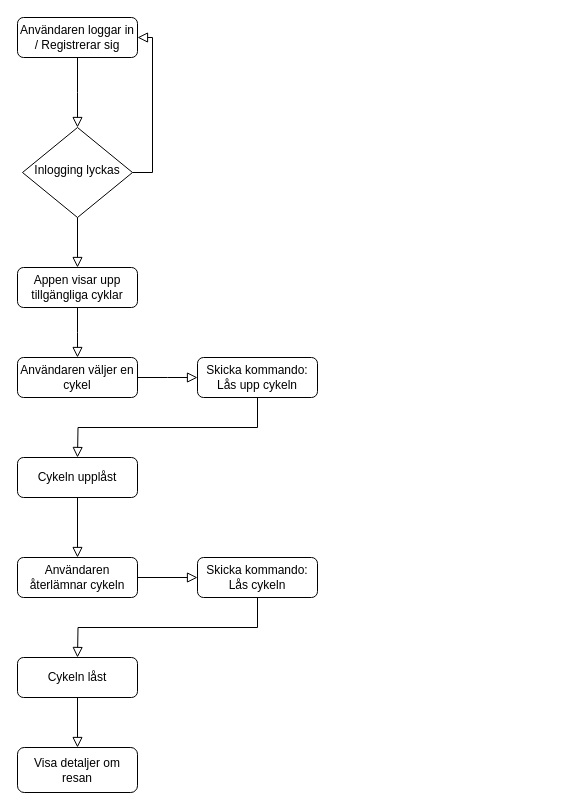
This is 2_kundens_app/användarens_app.drawio.xml from sonnerberg/vteam-sds, a draw.io file, before an edit. Source tidied: cells renumbered, new cells numbered last; positions are measured from the earlier drawing's top-left corner, leaving out a move shared by most shapes. Both pictures are drawn from the tidied source at 100%, with x=0, y=0 at pixel (17, 17).
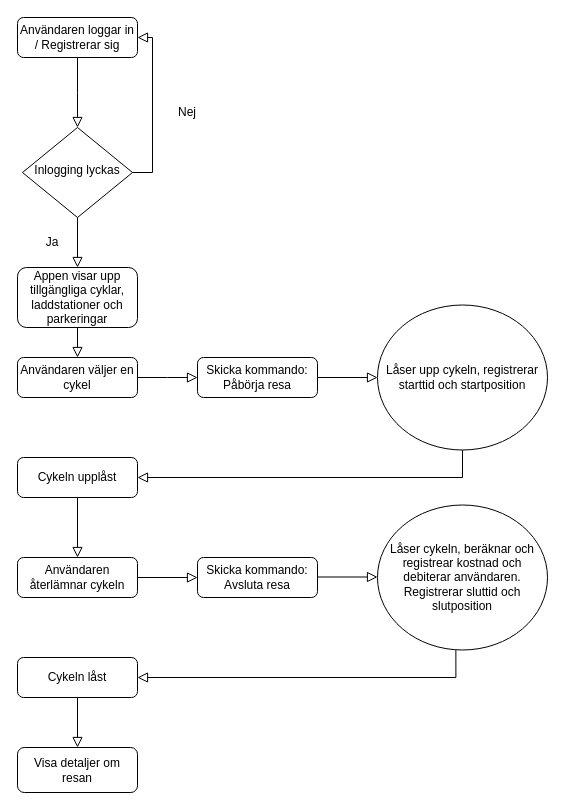
Above is the later version.

Commit message (it also covers changes not shown here):
Lägg till info i bilder angående användarens app

The change refers to these unchanged cells:
```xml
<mxCell id="11" value="Cykeln upplåst" style="rounded=1;whiteSpace=wrap;html=1;fontSize=12;glass=0;strokeWidth=1;shadow=0;" parent="1" vertex="1">
  <mxGeometry y="440" width="120" height="40" as="geometry" />
</mxCell>
<mxCell id="14" value="Cykeln låst" style="rounded=1;whiteSpace=wrap;html=1;fontSize=12;glass=0;strokeWidth=1;shadow=0;" parent="1" vertex="1">
  <mxGeometry y="640" width="120" height="40" as="geometry" />
</mxCell>
```

Diff of the diagram source:
```diff
@@
-    <mxCell id="3" value="Appen visar upp tillgängliga cyklar" style="rounded=1;whiteSpace=wrap;html=1;fontSize=12;glass=0;strokeWidth=1;shadow=0;" parent="1" vertex="1">
-      <mxGeometry y="250" width="120" height="40" as="geometry" />
+    <mxCell id="3" value="Appen visar upp tillgängliga cyklar, laddstationer och parkeringar" style="rounded=1;whiteSpace=wrap;html=1;fontSize=12;glass=0;strokeWidth=1;shadow=0;" parent="1" vertex="1">
+      <mxGeometry y="250" width="120" height="60" as="geometry" />
     </mxCell>
@@
-    <mxCell id="10" style="rounded=0;html=1;jettySize=auto;fontSize=11;endArrow=block;endFill=0;endSize=8;strokeWidth=1;shadow=0;labelBackgroundColor=none;edgeStyle=orthogonalEdgeStyle;exitX=0.5;exitY=1;exitDx=0;exitDy=0;" parent="1" edge="1" source="18">
-      <mxGeometry relative="1" as="geometry">
-        <mxPoint x="60" y="440" as="targetPoint" />
-      </mxGeometry>
-    </mxCell>
@@
-    <mxCell id="18" value="Skicka kommando: Lås upp cykeln" style="rounded=1;whiteSpace=wrap;html=1;fontSize=12;glass=0;strokeWidth=1;shadow=0;" parent="1" vertex="1">
+    <mxCell id="18" value="Skicka kommando: Påbörja resa" style="rounded=1;whiteSpace=wrap;html=1;fontSize=12;glass=0;strokeWidth=1;shadow=0;" parent="1" vertex="1">
       <mxGeometry x="180" y="340" width="120" height="40" as="geometry" />
     </mxCell>
-    <mxCell id="19" style="rounded=0;html=1;jettySize=auto;fontSize=11;endArrow=block;endFill=0;endSize=8;strokeWidth=1;shadow=0;labelBackgroundColor=none;edgeStyle=orthogonalEdgeStyle;exitX=0.5;exitY=1;exitDx=0;exitDy=0;" parent="1" edge="1" source="20">
-      <mxGeometry relative="1" as="geometry">
-        <mxPoint x="60" y="640" as="targetPoint" />
-      </mxGeometry>
-    </mxCell>
-    <mxCell id="20" value="Skicka kommando: Lås cykeln" style="rounded=1;whiteSpace=wrap;html=1;fontSize=12;glass=0;strokeWidth=1;shadow=0;" parent="1" vertex="1">
+    <mxCell id="20" value="Skicka kommando: Avsluta resa" style="rounded=1;whiteSpace=wrap;html=1;fontSize=12;glass=0;strokeWidth=1;shadow=0;" parent="1" vertex="1">
       <mxGeometry x="180" y="540" width="120" height="40" as="geometry" />
     </mxCell>
@@
+    <mxCell id="22" value="Ja" style="text;html=1;strokeColor=none;fillColor=none;align=center;verticalAlign=middle;whiteSpace=wrap;rounded=0;" parent="1" vertex="1">
+      <mxGeometry x="20" y="210" width="30" height="30" as="geometry" />
+    </mxCell>
+    <mxCell id="23" value="Nej" style="text;html=1;strokeColor=none;fillColor=none;align=center;verticalAlign=middle;whiteSpace=wrap;rounded=0;" parent="1" vertex="1">
+      <mxGeometry x="140" y="80" width="60" height="30" as="geometry" />
+    </mxCell>
+    <mxCell id="24" value="Låser cykeln, beräknar och registrear kostnad och debiterar användaren. Registrerar sluttid och slutposition" style="ellipse;whiteSpace=wrap;html=1;" parent="1" vertex="1">
+      <mxGeometry x="360" y="487.5" width="170" height="145" as="geometry" />
+    </mxCell>
+    <mxCell id="25" value="Låser upp cykeln, registrerar starttid och startposition" style="ellipse;whiteSpace=wrap;html=1;" parent="1" vertex="1">
+      <mxGeometry x="360" y="287.5" width="170" height="145" as="geometry" />
+    </mxCell>
+    <mxCell id="26" style="rounded=0;html=1;jettySize=auto;orthogonalLoop=1;fontSize=11;endArrow=block;endFill=0;endSize=8;strokeWidth=1;shadow=0;labelBackgroundColor=none;edgeStyle=orthogonalEdgeStyle;exitX=1;exitY=0.5;exitDx=0;exitDy=0;entryX=0;entryY=0.5;entryDx=0;entryDy=0;" parent="1" edge="1">
+      <mxGeometry relative="1" as="geometry">
+        <mxPoint x="300" y="559.5" as="sourcePoint" />
+        <mxPoint x="360" y="559.5" as="targetPoint" />
+      </mxGeometry>
+    </mxCell>
+    <mxCell id="27" style="rounded=0;html=1;jettySize=auto;fontSize=11;endArrow=block;endFill=0;endSize=8;strokeWidth=1;shadow=0;labelBackgroundColor=none;edgeStyle=orthogonalEdgeStyle;exitX=1;exitY=0.5;exitDx=0;exitDy=0;" parent="1" edge="1" source="18" target="25">
+      <mxGeometry relative="1" as="geometry" />
+    </mxCell>
+    <mxCell id="28" style="rounded=0;html=1;jettySize=auto;fontSize=11;endArrow=block;endFill=0;endSize=8;strokeWidth=1;shadow=0;labelBackgroundColor=none;edgeStyle=orthogonalEdgeStyle;exitX=0.461;exitY=1.001;exitDx=0;exitDy=0;entryX=1;entryY=0.5;entryDx=0;entryDy=0;exitPerimeter=0;" parent="1" edge="1" source="24" target="14">
+      <mxGeometry relative="1" as="geometry" />
+    </mxCell>
+    <mxCell id="29" style="rounded=0;html=1;jettySize=auto;fontSize=11;endArrow=block;endFill=0;endSize=8;strokeWidth=1;shadow=0;labelBackgroundColor=none;edgeStyle=orthogonalEdgeStyle;exitX=0.5;exitY=1;exitDx=0;exitDy=0;entryX=1;entryY=0.5;entryDx=0;entryDy=0;" parent="1" edge="1" source="25" target="11">
+      <mxGeometry relative="1" as="geometry" />
+    </mxCell>
```
